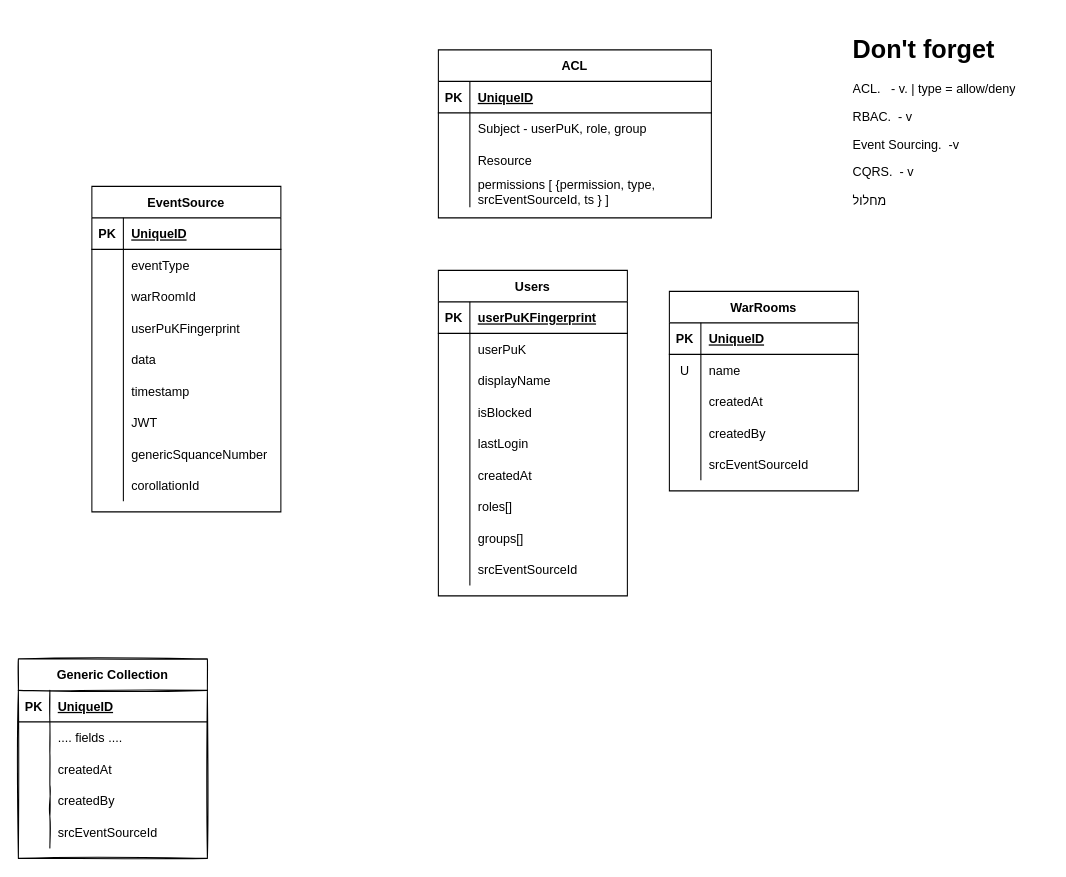
alefbt/CivilWarRoom keeps this draw.io diagram as page "ERD" (2 of 2) of docs/architecture/CWarRoom.drawio. Above is the earlier version. Source tidied: cells renumbered, new cells numbered last; positions are measured from the earlier drawing's top-left corner, leaving out a move shared by most shapes. Both pictures are drawn from the tidied source at 105%, with x=0, y=0 at pixel (18, 28).
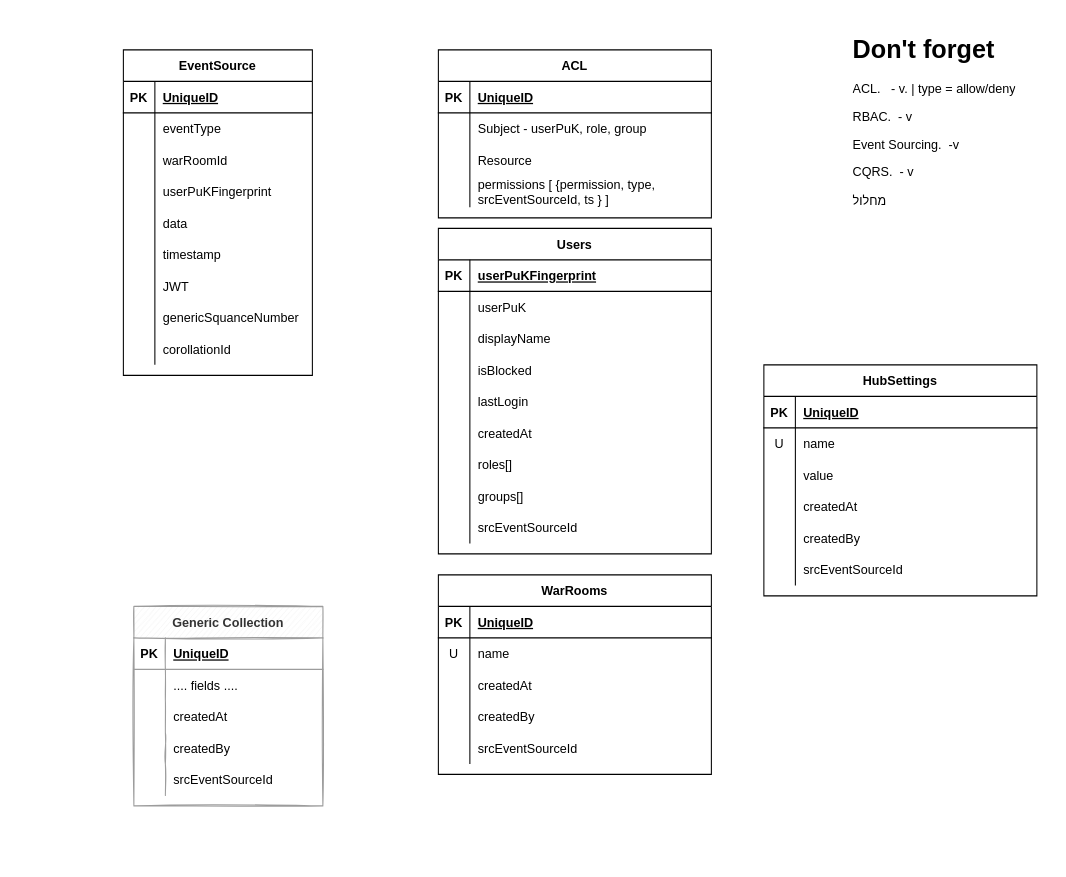
The same diagram, later.

Change to the diagram source:
```diff
@@
     <mxCell id="16" value="WarRooms" style="shape=table;startSize=30;childLayout=tableLayout;rowLines=0;fontStyle=1;align=center;" parent="1" vertex="1">
-      <mxGeometry x="620" y="250" width="180" height="190" as="geometry" />
+      <mxGeometry x="400" y="520" width="260" height="190" as="geometry" />
     </mxCell>
     <mxCell id="17" style="shape=tableRow;horizontal=0;startSize=0;swimlaneHead=0;swimlaneBody=0;fillColor=none;top=0;left=0;right=0;bottom=1;" parent="16" vertex="1">
-      <mxGeometry y="30" width="180" height="30" as="geometry" />
+      <mxGeometry y="30" width="260" height="30" as="geometry" />
     </mxCell>
@@
     <mxCell id="19" value="UniqueID" style="shape=partialRectangle;fillColor=none;top=0;left=0;bottom=0;right=0;align=left;spacingLeft=6;fontStyle=5;overflow=hidden;" parent="17" vertex="1">
-      <mxGeometry x="30" width="150" height="30" as="geometry" />
+      <mxGeometry x="30" width="230" height="30" as="geometry" />
     </mxCell>
     <mxCell id="20" style="shape=tableRow;horizontal=0;startSize=0;swimlaneHead=0;swimlaneBody=0;fillColor=none;top=0;left=0;right=0;bottom=0;" parent="16" vertex="1">
-      <mxGeometry y="60" width="180" height="30" as="geometry" />
+      <mxGeometry y="60" width="260" height="30" as="geometry" />
     </mxCell>
@@
     <mxCell id="22" value="name" style="shape=partialRectangle;fillColor=none;top=0;left=0;bottom=0;right=0;align=left;spacingLeft=6;overflow=hidden;" parent="20" vertex="1">
-      <mxGeometry x="30" width="150" height="30" as="geometry" />
+      <mxGeometry x="30" width="230" height="30" as="geometry" />
     </mxCell>
     <mxCell id="23" style="shape=tableRow;horizontal=0;startSize=0;swimlaneHead=0;swimlaneBody=0;fillColor=none;top=0;left=0;right=0;bottom=0;" parent="16" vertex="1">
-      <mxGeometry y="90" width="180" height="30" as="geometry" />
+      <mxGeometry y="90" width="260" height="30" as="geometry" />
     </mxCell>
@@
     <mxCell id="25" value="createdAt" style="shape=partialRectangle;fillColor=none;top=0;left=0;bottom=0;right=0;align=left;spacingLeft=6;overflow=hidden;" parent="23" vertex="1">
-      <mxGeometry x="30" width="150" height="30" as="geometry" />
+      <mxGeometry x="30" width="230" height="30" as="geometry" />
     </mxCell>
     <mxCell id="26" style="shape=tableRow;horizontal=0;startSize=0;swimlaneHead=0;swimlaneBody=0;fillColor=none;top=0;left=0;right=0;bottom=0;" parent="16" vertex="1">
-      <mxGeometry y="120" width="180" height="30" as="geometry" />
+      <mxGeometry y="120" width="260" height="30" as="geometry" />
     </mxCell>
@@
     <mxCell id="28" value="createdBy" style="shape=partialRectangle;fillColor=none;top=0;left=0;bottom=0;right=0;align=left;spacingLeft=6;overflow=hidden;" parent="26" vertex="1">
-      <mxGeometry x="30" width="150" height="30" as="geometry" />
+      <mxGeometry x="30" width="230" height="30" as="geometry" />
     </mxCell>
     <mxCell id="29" style="shape=tableRow;horizontal=0;startSize=0;swimlaneHead=0;swimlaneBody=0;fillColor=none;top=0;left=0;right=0;bottom=0;" parent="16" vertex="1">
-      <mxGeometry y="150" width="180" height="30" as="geometry" />
+      <mxGeometry y="150" width="260" height="30" as="geometry" />
     </mxCell>
@@
     <mxCell id="31" value="srcEventSourceId" style="shape=partialRectangle;fillColor=none;top=0;left=0;bottom=0;right=0;align=left;spacingLeft=6;overflow=hidden;" parent="29" vertex="1">
-      <mxGeometry x="30" width="150" height="30" as="geometry" />
+      <mxGeometry x="30" width="230" height="30" as="geometry" />
     </mxCell>
     <mxCell id="32" value="Users" style="shape=table;startSize=30;childLayout=tableLayout;rowLines=0;fontStyle=1;align=center;" parent="1" vertex="1">
-      <mxGeometry x="400" y="230" width="180" height="310" as="geometry" />
+      <mxGeometry x="400" y="190" width="260" height="310" as="geometry" />
     </mxCell>
     <mxCell id="33" style="shape=tableRow;horizontal=0;startSize=0;swimlaneHead=0;swimlaneBody=0;fillColor=none;top=0;left=0;right=0;bottom=1;" parent="32" vertex="1">
-      <mxGeometry y="30" width="180" height="30" as="geometry" />
+      <mxGeometry y="30" width="260" height="30" as="geometry" />
     </mxCell>
@@
     <mxCell id="35" value="userPuKFingerprint" style="shape=partialRectangle;fillColor=none;top=0;left=0;bottom=0;right=0;align=left;spacingLeft=6;fontStyle=5;overflow=hidden;" parent="33" vertex="1">
-      <mxGeometry x="30" width="150" height="30" as="geometry" />
+      <mxGeometry x="30" width="230" height="30" as="geometry" />
     </mxCell>
     <mxCell id="36" style="shape=tableRow;horizontal=0;startSize=0;swimlaneHead=0;swimlaneBody=0;fillColor=none;top=0;left=0;right=0;bottom=0;" parent="32" vertex="1">
-      <mxGeometry y="60" width="180" height="30" as="geometry" />
+      <mxGeometry y="60" width="260" height="30" as="geometry" />
     </mxCell>
@@
     <mxCell id="38" value="userPuK" style="shape=partialRectangle;fillColor=none;top=0;left=0;bottom=0;right=0;align=left;spacingLeft=6;overflow=hidden;" parent="36" vertex="1">
-      <mxGeometry x="30" width="150" height="30" as="geometry" />
+      <mxGeometry x="30" width="230" height="30" as="geometry" />
     </mxCell>
     <mxCell id="39" style="shape=tableRow;horizontal=0;startSize=0;swimlaneHead=0;swimlaneBody=0;fillColor=none;top=0;left=0;right=0;bottom=0;" parent="32" vertex="1">
-      <mxGeometry y="90" width="180" height="30" as="geometry" />
+      <mxGeometry y="90" width="260" height="30" as="geometry" />
     </mxCell>
@@
     <mxCell id="41" value="displayName" style="shape=partialRectangle;fillColor=none;top=0;left=0;bottom=0;right=0;align=left;spacingLeft=6;overflow=hidden;" parent="39" vertex="1">
-      <mxGeometry x="30" width="150" height="30" as="geometry" />
+      <mxGeometry x="30" width="230" height="30" as="geometry" />
     </mxCell>
     <mxCell id="42" style="shape=tableRow;horizontal=0;startSize=0;swimlaneHead=0;swimlaneBody=0;fillColor=none;top=0;left=0;right=0;bottom=0;" parent="32" vertex="1">
-      <mxGeometry y="120" width="180" height="30" as="geometry" />
+      <mxGeometry y="120" width="260" height="30" as="geometry" />
     </mxCell>
@@
     <mxCell id="44" value="isBlocked" style="shape=partialRectangle;fillColor=none;top=0;left=0;bottom=0;right=0;align=left;spacingLeft=6;overflow=hidden;" parent="42" vertex="1">
-      <mxGeometry x="30" width="150" height="30" as="geometry" />
+      <mxGeometry x="30" width="230" height="30" as="geometry" />
     </mxCell>
     <mxCell id="45" style="shape=tableRow;horizontal=0;startSize=0;swimlaneHead=0;swimlaneBody=0;fillColor=none;top=0;left=0;right=0;bottom=0;" parent="32" vertex="1">
-      <mxGeometry y="150" width="180" height="30" as="geometry" />
+      <mxGeometry y="150" width="260" height="30" as="geometry" />
     </mxCell>
@@
     <mxCell id="47" value="lastLogin" style="shape=partialRectangle;fillColor=none;top=0;left=0;bottom=0;right=0;align=left;spacingLeft=6;overflow=hidden;" parent="45" vertex="1">
-      <mxGeometry x="30" width="150" height="30" as="geometry" />
+      <mxGeometry x="30" width="230" height="30" as="geometry" />
     </mxCell>
     <mxCell id="48" style="shape=tableRow;horizontal=0;startSize=0;swimlaneHead=0;swimlaneBody=0;fillColor=none;top=0;left=0;right=0;bottom=0;" parent="32" vertex="1">
-      <mxGeometry y="180" width="180" height="30" as="geometry" />
+      <mxGeometry y="180" width="260" height="30" as="geometry" />
     </mxCell>
@@
     <mxCell id="50" value="createdAt" style="shape=partialRectangle;fillColor=none;top=0;left=0;bottom=0;right=0;align=left;spacingLeft=6;overflow=hidden;" parent="48" vertex="1">
-      <mxGeometry x="30" width="150" height="30" as="geometry" />
+      <mxGeometry x="30" width="230" height="30" as="geometry" />
     </mxCell>
     <mxCell id="51" style="shape=tableRow;horizontal=0;startSize=0;swimlaneHead=0;swimlaneBody=0;fillColor=none;top=0;left=0;right=0;bottom=0;" parent="32" vertex="1">
-      <mxGeometry y="210" width="180" height="30" as="geometry" />
+      <mxGeometry y="210" width="260" height="30" as="geometry" />
     </mxCell>
@@
     <mxCell id="53" value="roles[]" style="shape=partialRectangle;fillColor=none;top=0;left=0;bottom=0;right=0;align=left;spacingLeft=6;overflow=hidden;" parent="51" vertex="1">
-      <mxGeometry x="30" width="150" height="30" as="geometry" />
+      <mxGeometry x="30" width="230" height="30" as="geometry" />
     </mxCell>
     <mxCell id="54" style="shape=tableRow;horizontal=0;startSize=0;swimlaneHead=0;swimlaneBody=0;fillColor=none;top=0;left=0;right=0;bottom=0;" parent="32" vertex="1">
-      <mxGeometry y="240" width="180" height="30" as="geometry" />
+      <mxGeometry y="240" width="260" height="30" as="geometry" />
     </mxCell>
@@
     <mxCell id="56" value="groups[]" style="shape=partialRectangle;fillColor=none;top=0;left=0;bottom=0;right=0;align=left;spacingLeft=6;overflow=hidden;" parent="54" vertex="1">
-      <mxGeometry x="30" width="150" height="30" as="geometry" />
+      <mxGeometry x="30" width="230" height="30" as="geometry" />
     </mxCell>
     <mxCell id="57" style="shape=tableRow;horizontal=0;startSize=0;swimlaneHead=0;swimlaneBody=0;fillColor=none;top=0;left=0;right=0;bottom=0;" parent="32" vertex="1">
-      <mxGeometry y="270" width="180" height="30" as="geometry" />
+      <mxGeometry y="270" width="260" height="30" as="geometry" />
     </mxCell>
@@
     <mxCell id="59" value="srcEventSourceId" style="shape=partialRectangle;fillColor=none;top=0;left=0;bottom=0;right=0;align=left;spacingLeft=6;overflow=hidden;" parent="57" vertex="1">
-      <mxGeometry x="30" width="150" height="30" as="geometry" />
+      <mxGeometry x="30" width="230" height="30" as="geometry" />
     </mxCell>
     <mxCell id="60" value="EventSource" style="shape=table;startSize=30;childLayout=tableLayout;rowLines=0;fontStyle=1;align=center;" parent="1" vertex="1">
-      <mxGeometry x="70" y="150" width="180" height="310" as="geometry" />
+      <mxGeometry x="100" y="20" width="180" height="310" as="geometry" />
     </mxCell>
@@
-    <mxCell id="88" value="Generic Collection" style="shape=table;startSize=30;childLayout=tableLayout;rowLines=0;fontStyle=1;align=center;sketch=1;" parent="1" vertex="1">
-      <mxGeometry y="600" width="180" height="190" as="geometry" />
+    <mxCell id="88" value="Generic Collection" style="shape=table;startSize=30;childLayout=tableLayout;rowLines=0;fontStyle=1;align=center;sketch=1;fillColor=#f5f5f5;fontColor=#333333;strokeColor=#9C9C9C;" parent="1" vertex="1">
+      <mxGeometry x="110" y="550" width="180" height="190" as="geometry" />
     </mxCell>
-    <mxCell id="89" style="shape=tableRow;horizontal=0;startSize=0;swimlaneHead=0;swimlaneBody=0;fillColor=none;top=0;left=0;right=0;bottom=1;" parent="88" vertex="1">
+    <mxCell id="89" style="shape=tableRow;horizontal=0;startSize=0;swimlaneHead=0;swimlaneBody=0;fillColor=none;top=0;left=0;right=0;bottom=1;strokeColor=#9C9C9C;" parent="88" vertex="1">
       <mxGeometry y="30" width="180" height="30" as="geometry" />
     </mxCell>
-    <mxCell id="90" value="PK" style="shape=partialRectangle;fillColor=none;top=0;left=0;bottom=0;right=0;fontStyle=1;overflow=hidden;" parent="89" vertex="1">
+    <mxCell id="90" value="PK" style="shape=partialRectangle;fillColor=none;top=0;left=0;bottom=0;right=0;fontStyle=1;overflow=hidden;strokeColor=#9C9C9C;" parent="89" vertex="1">
       <mxGeometry width="30" height="30" as="geometry" />
     </mxCell>
-    <mxCell id="91" value="UniqueID" style="shape=partialRectangle;fillColor=none;top=0;left=0;bottom=0;right=0;align=left;spacingLeft=6;fontStyle=5;overflow=hidden;" parent="89" vertex="1">
+    <mxCell id="91" value="UniqueID" style="shape=partialRectangle;fillColor=none;top=0;left=0;bottom=0;right=0;align=left;spacingLeft=6;fontStyle=5;overflow=hidden;strokeColor=#9C9C9C;" parent="89" vertex="1">
       <mxGeometry x="30" width="150" height="30" as="geometry" />
     </mxCell>
-    <mxCell id="92" style="shape=tableRow;horizontal=0;startSize=0;swimlaneHead=0;swimlaneBody=0;fillColor=none;top=0;left=0;right=0;bottom=0;" parent="88" vertex="1">
+    <mxCell id="92" style="shape=tableRow;horizontal=0;startSize=0;swimlaneHead=0;swimlaneBody=0;fillColor=none;top=0;left=0;right=0;bottom=0;strokeColor=#9C9C9C;" parent="88" vertex="1">
       <mxGeometry y="60" width="180" height="30" as="geometry" />
     </mxCell>
-    <mxCell id="93" style="shape=partialRectangle;fillColor=none;top=0;left=0;bottom=0;right=0;overflow=hidden;" parent="92" vertex="1">
+    <mxCell id="93" style="shape=partialRectangle;fillColor=none;top=0;left=0;bottom=0;right=0;overflow=hidden;strokeColor=#9C9C9C;" parent="92" vertex="1">
       <mxGeometry width="30" height="30" as="geometry" />
     </mxCell>
-    <mxCell id="94" value=".... fields ...." style="shape=partialRectangle;fillColor=none;top=0;left=0;bottom=0;right=0;align=left;spacingLeft=6;overflow=hidden;" parent="92" vertex="1">
+    <mxCell id="94" value=".... fields ...." style="shape=partialRectangle;fillColor=none;top=0;left=0;bottom=0;right=0;align=left;spacingLeft=6;overflow=hidden;strokeColor=#9C9C9C;" parent="92" vertex="1">
       <mxGeometry x="30" width="150" height="30" as="geometry" />
     </mxCell>
-    <mxCell id="95" style="shape=tableRow;horizontal=0;startSize=0;swimlaneHead=0;swimlaneBody=0;fillColor=none;top=0;left=0;right=0;bottom=0;" parent="88" vertex="1">
+    <mxCell id="95" style="shape=tableRow;horizontal=0;startSize=0;swimlaneHead=0;swimlaneBody=0;fillColor=none;top=0;left=0;right=0;bottom=0;strokeColor=#9C9C9C;" parent="88" vertex="1">
       <mxGeometry y="90" width="180" height="30" as="geometry" />
     </mxCell>
-    <mxCell id="96" style="shape=partialRectangle;fillColor=none;top=0;left=0;bottom=0;right=0;overflow=hidden;" parent="95" vertex="1">
+    <mxCell id="96" style="shape=partialRectangle;fillColor=none;top=0;left=0;bottom=0;right=0;overflow=hidden;strokeColor=#9C9C9C;" parent="95" vertex="1">
       <mxGeometry width="30" height="30" as="geometry" />
     </mxCell>
-    <mxCell id="97" value="createdAt" style="shape=partialRectangle;fillColor=none;top=0;left=0;bottom=0;right=0;align=left;spacingLeft=6;overflow=hidden;" parent="95" vertex="1">
+    <mxCell id="97" value="createdAt" style="shape=partialRectangle;fillColor=none;top=0;left=0;bottom=0;right=0;align=left;spacingLeft=6;overflow=hidden;strokeColor=#9C9C9C;" parent="95" vertex="1">
       <mxGeometry x="30" width="150" height="30" as="geometry" />
     </mxCell>
-    <mxCell id="98" style="shape=tableRow;horizontal=0;startSize=0;swimlaneHead=0;swimlaneBody=0;fillColor=none;top=0;left=0;right=0;bottom=0;" parent="88" vertex="1">
+    <mxCell id="98" style="shape=tableRow;horizontal=0;startSize=0;swimlaneHead=0;swimlaneBody=0;fillColor=none;top=0;left=0;right=0;bottom=0;strokeColor=#9C9C9C;" parent="88" vertex="1">
       <mxGeometry y="120" width="180" height="30" as="geometry" />
     </mxCell>
-    <mxCell id="99" style="shape=partialRectangle;fillColor=none;top=0;left=0;bottom=0;right=0;overflow=hidden;" parent="98" vertex="1">
+    <mxCell id="99" style="shape=partialRectangle;fillColor=none;top=0;left=0;bottom=0;right=0;overflow=hidden;strokeColor=#9C9C9C;" parent="98" vertex="1">
       <mxGeometry width="30" height="30" as="geometry" />
     </mxCell>
-    <mxCell id="100" value="createdBy" style="shape=partialRectangle;fillColor=none;top=0;left=0;bottom=0;right=0;align=left;spacingLeft=6;overflow=hidden;" parent="98" vertex="1">
+    <mxCell id="100" value="createdBy" style="shape=partialRectangle;fillColor=none;top=0;left=0;bottom=0;right=0;align=left;spacingLeft=6;overflow=hidden;strokeColor=#9C9C9C;" parent="98" vertex="1">
       <mxGeometry x="30" width="150" height="30" as="geometry" />
     </mxCell>
-    <mxCell id="101" style="shape=tableRow;horizontal=0;startSize=0;swimlaneHead=0;swimlaneBody=0;fillColor=none;top=0;left=0;right=0;bottom=0;" parent="88" vertex="1">
+    <mxCell id="101" style="shape=tableRow;horizontal=0;startSize=0;swimlaneHead=0;swimlaneBody=0;fillColor=none;top=0;left=0;right=0;bottom=0;strokeColor=#9C9C9C;" parent="88" vertex="1">
       <mxGeometry y="150" width="180" height="30" as="geometry" />
     </mxCell>
-    <mxCell id="102" style="shape=partialRectangle;fillColor=none;top=0;left=0;bottom=0;right=0;overflow=hidden;" parent="101" vertex="1">
+    <mxCell id="102" style="shape=partialRectangle;fillColor=none;top=0;left=0;bottom=0;right=0;overflow=hidden;strokeColor=#9C9C9C;" parent="101" vertex="1">
       <mxGeometry width="30" height="30" as="geometry" />
     </mxCell>
-    <mxCell id="103" value="srcEventSourceId" style="shape=partialRectangle;fillColor=none;top=0;left=0;bottom=0;right=0;align=left;spacingLeft=6;overflow=hidden;" parent="101" vertex="1">
+    <mxCell id="103" value="srcEventSourceId" style="shape=partialRectangle;fillColor=none;top=0;left=0;bottom=0;right=0;align=left;spacingLeft=6;overflow=hidden;strokeColor=#9C9C9C;" parent="101" vertex="1">
       <mxGeometry x="30" width="150" height="30" as="geometry" />
     </mxCell>
+    <mxCell id="105" value="HubSettings" style="shape=table;startSize=30;childLayout=tableLayout;rowLines=0;fontStyle=1;align=center;" parent="1" vertex="1">
+      <mxGeometry x="710" y="320" width="260" height="220" as="geometry" />
+    </mxCell>
+    <mxCell id="106" style="shape=tableRow;horizontal=0;startSize=0;swimlaneHead=0;swimlaneBody=0;fillColor=none;top=0;left=0;right=0;bottom=1;" parent="105" vertex="1">
+      <mxGeometry y="30" width="260" height="30" as="geometry" />
+    </mxCell>
+    <mxCell id="107" value="PK" style="shape=partialRectangle;fillColor=none;top=0;left=0;bottom=0;right=0;fontStyle=1;overflow=hidden;" parent="106" vertex="1">
+      <mxGeometry width="30" height="30" as="geometry" />
+    </mxCell>
+    <mxCell id="108" value="UniqueID" style="shape=partialRectangle;fillColor=none;top=0;left=0;bottom=0;right=0;align=left;spacingLeft=6;fontStyle=5;overflow=hidden;" parent="106" vertex="1">
+      <mxGeometry x="30" width="230" height="30" as="geometry" />
+    </mxCell>
+    <mxCell id="109" style="shape=tableRow;horizontal=0;startSize=0;swimlaneHead=0;swimlaneBody=0;fillColor=none;top=0;left=0;right=0;bottom=0;" parent="105" vertex="1">
+      <mxGeometry y="60" width="260" height="30" as="geometry" />
+    </mxCell>
+    <mxCell id="110" value="U" style="shape=partialRectangle;fillColor=none;top=0;left=0;bottom=0;right=0;overflow=hidden;" parent="109" vertex="1">
+      <mxGeometry width="30" height="30" as="geometry" />
+    </mxCell>
+    <mxCell id="111" value="name" style="shape=partialRectangle;fillColor=none;top=0;left=0;bottom=0;right=0;align=left;spacingLeft=6;overflow=hidden;" parent="109" vertex="1">
+      <mxGeometry x="30" width="230" height="30" as="geometry" />
+    </mxCell>
+    <mxCell id="112" style="shape=tableRow;horizontal=0;startSize=0;swimlaneHead=0;swimlaneBody=0;fillColor=none;top=0;left=0;right=0;bottom=0;" parent="105" vertex="1">
+      <mxGeometry y="90" width="260" height="30" as="geometry" />
+    </mxCell>
+    <mxCell id="113" style="shape=partialRectangle;fillColor=none;top=0;left=0;bottom=0;right=0;overflow=hidden;" parent="112" vertex="1">
+      <mxGeometry width="30" height="30" as="geometry" />
+    </mxCell>
+    <mxCell id="114" value="value" style="shape=partialRectangle;fillColor=none;top=0;left=0;bottom=0;right=0;align=left;spacingLeft=6;overflow=hidden;" parent="112" vertex="1">
+      <mxGeometry x="30" width="230" height="30" as="geometry" />
+    </mxCell>
+    <mxCell id="115" style="shape=tableRow;horizontal=0;startSize=0;swimlaneHead=0;swimlaneBody=0;fillColor=none;top=0;left=0;right=0;bottom=0;" parent="105" vertex="1">
+      <mxGeometry y="120" width="260" height="30" as="geometry" />
+    </mxCell>
+    <mxCell id="116" style="shape=partialRectangle;fillColor=none;top=0;left=0;bottom=0;right=0;overflow=hidden;" parent="115" vertex="1">
+      <mxGeometry width="30" height="30" as="geometry" />
+    </mxCell>
+    <mxCell id="117" value="createdAt" style="shape=partialRectangle;fillColor=none;top=0;left=0;bottom=0;right=0;align=left;spacingLeft=6;overflow=hidden;" parent="115" vertex="1">
+      <mxGeometry x="30" width="230" height="30" as="geometry" />
+    </mxCell>
+    <mxCell id="118" style="shape=tableRow;horizontal=0;startSize=0;swimlaneHead=0;swimlaneBody=0;fillColor=none;top=0;left=0;right=0;bottom=0;" parent="105" vertex="1">
+      <mxGeometry y="150" width="260" height="30" as="geometry" />
+    </mxCell>
+    <mxCell id="119" style="shape=partialRectangle;fillColor=none;top=0;left=0;bottom=0;right=0;overflow=hidden;" parent="118" vertex="1">
+      <mxGeometry width="30" height="30" as="geometry" />
+    </mxCell>
+    <mxCell id="120" value="createdBy" style="shape=partialRectangle;fillColor=none;top=0;left=0;bottom=0;right=0;align=left;spacingLeft=6;overflow=hidden;" parent="118" vertex="1">
+      <mxGeometry x="30" width="230" height="30" as="geometry" />
+    </mxCell>
+    <mxCell id="121" style="shape=tableRow;horizontal=0;startSize=0;swimlaneHead=0;swimlaneBody=0;fillColor=none;top=0;left=0;right=0;bottom=0;" parent="105" vertex="1">
+      <mxGeometry y="180" width="260" height="30" as="geometry" />
+    </mxCell>
+    <mxCell id="122" style="shape=partialRectangle;fillColor=none;top=0;left=0;bottom=0;right=0;overflow=hidden;" parent="121" vertex="1">
+      <mxGeometry width="30" height="30" as="geometry" />
+    </mxCell>
+    <mxCell id="123" value="srcEventSourceId" style="shape=partialRectangle;fillColor=none;top=0;left=0;bottom=0;right=0;align=left;spacingLeft=6;overflow=hidden;" parent="121" vertex="1">
+      <mxGeometry x="30" width="230" height="30" as="geometry" />
+    </mxCell>
```
